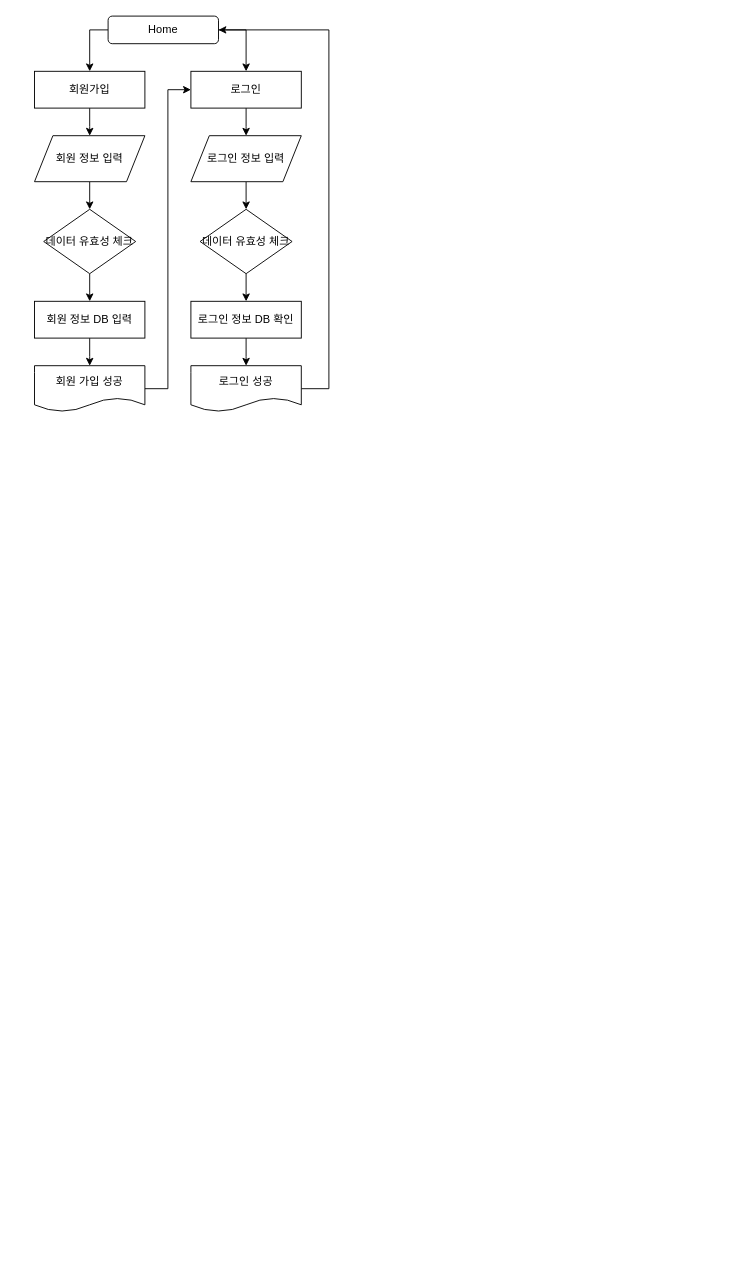
Before: Untitled Diagram.drawio in GeonWooPaeng/Diagram, a draw.io diagram. Source tidied: cells renumbered, new cells numbered last; positions are measured from the earlier drawing's top-left corner, leaving out a move shared by most shapes. Both pictures are drawn from the tidied source at 92%, with x=0, y=0 at pixel (34, 16).
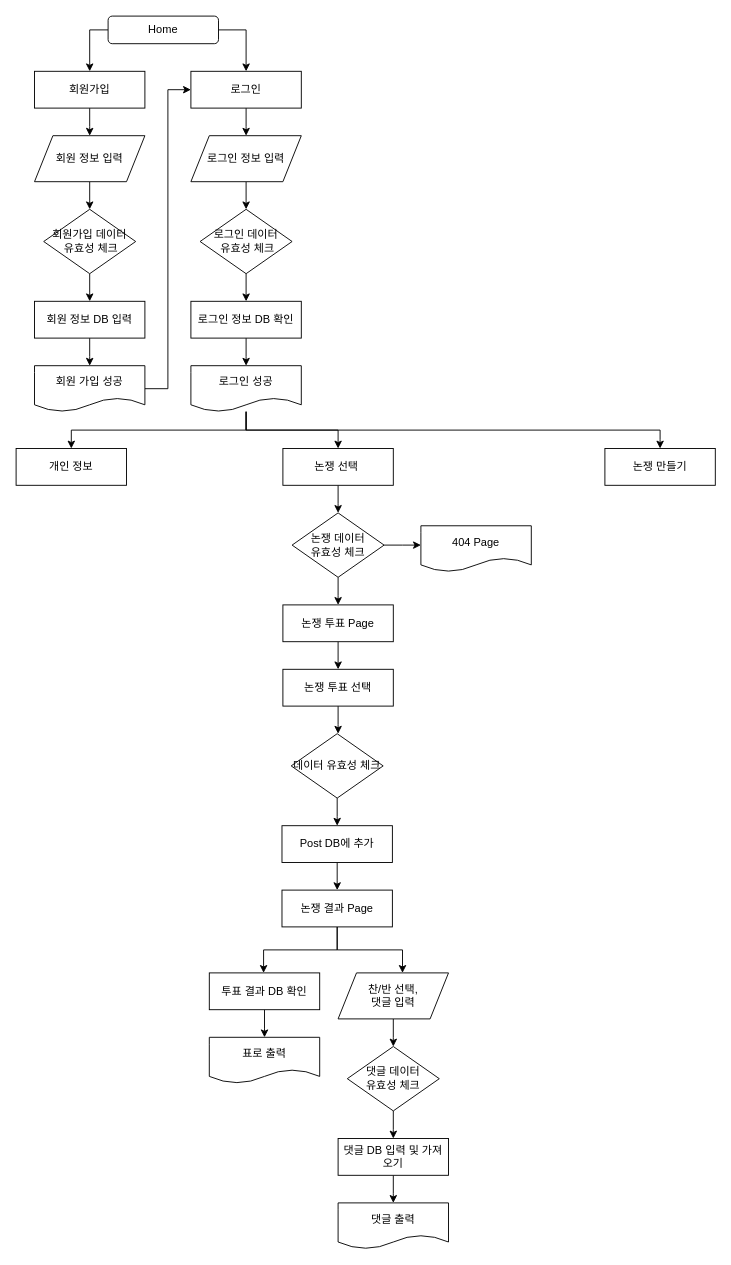
The same page after the edit.

Unchanged cells that the change refers to:
```xml
<mxCell id="4" value="Home" style="rounded=1;whiteSpace=wrap;html=1;fontSize=12;glass=0;strokeWidth=1;shadow=0;" parent="1" vertex="1">
  <mxGeometry x="80" width="120" height="30" as="geometry" />
</mxCell>
<mxCell id="24" value="로그인 성공" style="shape=document;whiteSpace=wrap;html=1;boundedLbl=1;" parent="1" vertex="1">
  <mxGeometry x="170" y="380" width="120" height="50" as="geometry" />
</mxCell>
```

Change to the diagram source:
```diff
@@
-    <mxCell id="10" value="데이터 유효성 체크" style="rhombus;whiteSpace=wrap;html=1;" parent="1" vertex="1">
+    <mxCell id="10" value="회원가입 데이터&lt;br&gt;&amp;nbsp;유효성 체크" style="rhombus;whiteSpace=wrap;html=1;" parent="1" vertex="1">
       <mxGeometry x="10" y="210" width="100" height="70" as="geometry" />
     </mxCell>
@@
-    <mxCell id="20" value="데이터 유효성 체크" style="rhombus;whiteSpace=wrap;html=1;" parent="1" vertex="1">
+    <mxCell id="20" value="로그인 데이터&lt;br&gt;&amp;nbsp;유효성 체크" style="rhombus;whiteSpace=wrap;html=1;" parent="1" vertex="1">
       <mxGeometry x="180" y="210" width="100" height="70" as="geometry" />
     </mxCell>
@@
-    <mxCell id="23" style="edgeStyle=orthogonalEdgeStyle;rounded=0;jettySize=auto;html=1;entryX=1;entryY=0.5;entryDx=0;entryDy=0;" parent="1" edge="1" source="24" target="4">
-      <mxGeometry relative="1" as="geometry">
-        <Array as="points">
-          <mxPoint x="320" y="405" />
-          <mxPoint x="320" y="15" />
-        </Array>
-      </mxGeometry>
-    </mxCell>
+    <mxCell id="25" style="edgeStyle=orthogonalEdgeStyle;rounded=0;jettySize=auto;html=1;" parent="1" edge="1" source="24">
+      <mxGeometry relative="1" as="geometry">
+        <mxPoint x="40" y="470" as="targetPoint" />
+        <Array as="points">
+          <mxPoint x="230" y="450" />
+          <mxPoint x="40" y="450" />
+          <mxPoint x="40" y="470" />
+        </Array>
+      </mxGeometry>
+    </mxCell>
+    <mxCell id="26" style="edgeStyle=orthogonalEdgeStyle;rounded=0;jettySize=auto;html=1;" parent="1" edge="1" source="24">
+      <mxGeometry relative="1" as="geometry">
+        <mxPoint x="330" y="470" as="targetPoint" />
+        <Array as="points">
+          <mxPoint x="230" y="450" />
+          <mxPoint x="330" y="450" />
+          <mxPoint x="330" y="470" />
+        </Array>
+      </mxGeometry>
+    </mxCell>
+    <mxCell id="27" style="edgeStyle=orthogonalEdgeStyle;rounded=0;jettySize=auto;html=1;" parent="1" edge="1" source="24">
+      <mxGeometry relative="1" as="geometry">
+        <mxPoint x="680" y="470" as="targetPoint" />
+        <Array as="points">
+          <mxPoint x="230" y="450" />
+          <mxPoint x="680" y="450" />
+          <mxPoint x="680" y="460" />
+        </Array>
+      </mxGeometry>
+    </mxCell>
@@
+    <mxCell id="28" value="개인 정보" style="rounded=0;whiteSpace=wrap;html=1;" parent="1" vertex="1">
+      <mxGeometry x="-20" y="470" width="120" height="40" as="geometry" />
+    </mxCell>
+    <mxCell id="29" style="edgeStyle=orthogonalEdgeStyle;rounded=0;jettySize=auto;html=1;" parent="1" edge="1" source="30">
+      <mxGeometry relative="1" as="geometry">
+        <mxPoint x="330" y="540" as="targetPoint" />
+      </mxGeometry>
+    </mxCell>
+    <mxCell id="30" value="논쟁 선택&amp;nbsp;" style="rounded=0;whiteSpace=wrap;html=1;" parent="1" vertex="1">
+      <mxGeometry x="270" y="470" width="120" height="40" as="geometry" />
+    </mxCell>
+    <mxCell id="31" style="edgeStyle=orthogonalEdgeStyle;rounded=0;jettySize=auto;html=1;" parent="1" edge="1" source="33">
+      <mxGeometry relative="1" as="geometry">
+        <mxPoint x="420" y="575" as="targetPoint" />
+      </mxGeometry>
+    </mxCell>
+    <mxCell id="32" style="edgeStyle=orthogonalEdgeStyle;rounded=0;jettySize=auto;html=1;" parent="1" edge="1" source="33">
+      <mxGeometry relative="1" as="geometry">
+        <mxPoint x="330" y="640" as="targetPoint" />
+      </mxGeometry>
+    </mxCell>
+    <mxCell id="33" value="논쟁 데이터 &lt;br&gt;유효성 체크" style="rhombus;whiteSpace=wrap;html=1;" parent="1" vertex="1">
+      <mxGeometry x="280" y="540" width="100" height="70" as="geometry" />
+    </mxCell>
+    <mxCell id="34" value="404 Page" style="shape=document;whiteSpace=wrap;html=1;boundedLbl=1;" parent="1" vertex="1">
+      <mxGeometry x="420" y="554" width="120" height="50" as="geometry" />
+    </mxCell>
+    <mxCell id="35" style="edgeStyle=orthogonalEdgeStyle;rounded=0;jettySize=auto;html=1;" parent="1" edge="1" source="36">
+      <mxGeometry relative="1" as="geometry">
+        <mxPoint x="330" y="710" as="targetPoint" />
+      </mxGeometry>
+    </mxCell>
+    <mxCell id="36" value="논쟁 투표 Page" style="rounded=0;whiteSpace=wrap;html=1;" parent="1" vertex="1">
+      <mxGeometry x="270" y="640" width="120" height="40" as="geometry" />
+    </mxCell>
+    <mxCell id="37" style="edgeStyle=orthogonalEdgeStyle;rounded=0;jettySize=auto;html=1;" parent="1" edge="1" source="38">
+      <mxGeometry relative="1" as="geometry">
+        <mxPoint x="330" y="780" as="targetPoint" />
+      </mxGeometry>
+    </mxCell>
+    <mxCell id="38" value="논쟁 투표 선택" style="rounded=0;whiteSpace=wrap;html=1;" parent="1" vertex="1">
+      <mxGeometry x="270" y="710" width="120" height="40" as="geometry" />
+    </mxCell>
+    <mxCell id="39" style="edgeStyle=orthogonalEdgeStyle;rounded=0;jettySize=auto;html=1;" parent="1" edge="1" source="41">
+      <mxGeometry relative="1" as="geometry">
+        <mxPoint x="249" y="1040" as="targetPoint" />
+        <Array as="points">
+          <mxPoint x="329" y="1015" />
+          <mxPoint x="249" y="1015" />
+          <mxPoint x="249" y="1040" />
+        </Array>
+      </mxGeometry>
+    </mxCell>
+    <mxCell id="40" style="edgeStyle=orthogonalEdgeStyle;rounded=0;jettySize=auto;html=1;" parent="1" edge="1" source="41">
+      <mxGeometry relative="1" as="geometry">
+        <mxPoint x="400" y="1040" as="targetPoint" />
+        <Array as="points">
+          <mxPoint x="329" y="1015" />
+          <mxPoint x="400" y="1015" />
+          <mxPoint x="400" y="1040" />
+        </Array>
+      </mxGeometry>
+    </mxCell>
+    <mxCell id="41" value="논쟁 결과 Page" style="rounded=0;whiteSpace=wrap;html=1;" parent="1" vertex="1">
+      <mxGeometry x="269" y="950" width="120" height="40" as="geometry" />
+    </mxCell>
+    <mxCell id="42" style="edgeStyle=orthogonalEdgeStyle;rounded=0;jettySize=auto;html=1;" parent="1" edge="1" source="43">
+      <mxGeometry relative="1" as="geometry">
+        <mxPoint x="329" y="950" as="targetPoint" />
+      </mxGeometry>
+    </mxCell>
+    <mxCell id="43" value="Post DB에 추가" style="rounded=0;whiteSpace=wrap;html=1;" parent="1" vertex="1">
+      <mxGeometry x="269" y="880" width="120" height="40" as="geometry" />
+    </mxCell>
+    <mxCell id="44" style="edgeStyle=orthogonalEdgeStyle;rounded=0;jettySize=auto;html=1;" parent="1" edge="1" source="45">
+      <mxGeometry relative="1" as="geometry">
+        <mxPoint x="329" y="880" as="targetPoint" />
+      </mxGeometry>
+    </mxCell>
+    <mxCell id="45" value="데이터 유효성 체크" style="rhombus;whiteSpace=wrap;html=1;" parent="1" vertex="1">
+      <mxGeometry x="279" y="780" width="100" height="70" as="geometry" />
+    </mxCell>
+    <mxCell id="46" style="edgeStyle=orthogonalEdgeStyle;rounded=0;jettySize=auto;html=1;" parent="1" edge="1" source="47">
+      <mxGeometry relative="1" as="geometry">
+        <mxPoint x="390" y="1120" as="targetPoint" />
+      </mxGeometry>
+    </mxCell>
+    <mxCell id="47" value="찬/반 선택, &lt;br&gt;댓글 입력" style="shape=parallelogram;perimeter=parallelogramPerimeter;whiteSpace=wrap;html=1;fixedSize=1;" parent="1" vertex="1">
+      <mxGeometry x="330" y="1040" width="120" height="50" as="geometry" />
+    </mxCell>
+    <mxCell id="48" style="edgeStyle=orthogonalEdgeStyle;rounded=0;jettySize=auto;html=1;" parent="1" edge="1" source="49">
+      <mxGeometry relative="1" as="geometry">
+        <mxPoint x="390" y="1220" as="targetPoint" />
+      </mxGeometry>
+    </mxCell>
+    <mxCell id="49" value="댓글 데이터 &lt;br&gt;유효성 체크" style="rhombus;whiteSpace=wrap;html=1;" parent="1" vertex="1">
+      <mxGeometry x="340" y="1120" width="100" height="70" as="geometry" />
+    </mxCell>
+    <mxCell id="50" style="edgeStyle=orthogonalEdgeStyle;rounded=0;jettySize=auto;html=1;" parent="1" edge="1" source="51">
+      <mxGeometry relative="1" as="geometry">
+        <mxPoint x="250" y="1110" as="targetPoint" />
+      </mxGeometry>
+    </mxCell>
+    <mxCell id="51" value="투표 결과 DB 확인" style="rounded=0;whiteSpace=wrap;html=1;" parent="1" vertex="1">
+      <mxGeometry x="190" y="1040" width="120" height="40" as="geometry" />
+    </mxCell>
+    <mxCell id="52" style="edgeStyle=orthogonalEdgeStyle;rounded=0;jettySize=auto;html=1;" parent="1" edge="1" source="53">
+      <mxGeometry relative="1" as="geometry">
+        <mxPoint x="390" y="1290" as="targetPoint" />
+      </mxGeometry>
+    </mxCell>
+    <mxCell id="53" value="댓글 DB 입력 및 가져오기" style="rounded=0;whiteSpace=wrap;html=1;" parent="1" vertex="1">
+      <mxGeometry x="330" y="1220" width="120" height="40" as="geometry" />
+    </mxCell>
+    <mxCell id="54" value="표로 출력" style="shape=document;whiteSpace=wrap;html=1;boundedLbl=1;" parent="1" vertex="1">
+      <mxGeometry x="190" y="1110" width="120" height="50" as="geometry" />
+    </mxCell>
+    <mxCell id="55" value="댓글 출력" style="shape=document;whiteSpace=wrap;html=1;boundedLbl=1;" parent="1" vertex="1">
+      <mxGeometry x="330" y="1290" width="120" height="50" as="geometry" />
+    </mxCell>
+    <mxCell id="56" value="논쟁 만들기" style="rounded=0;whiteSpace=wrap;html=1;" parent="1" vertex="1">
+      <mxGeometry x="620" y="470" width="120" height="40" as="geometry" />
+    </mxCell>
```
